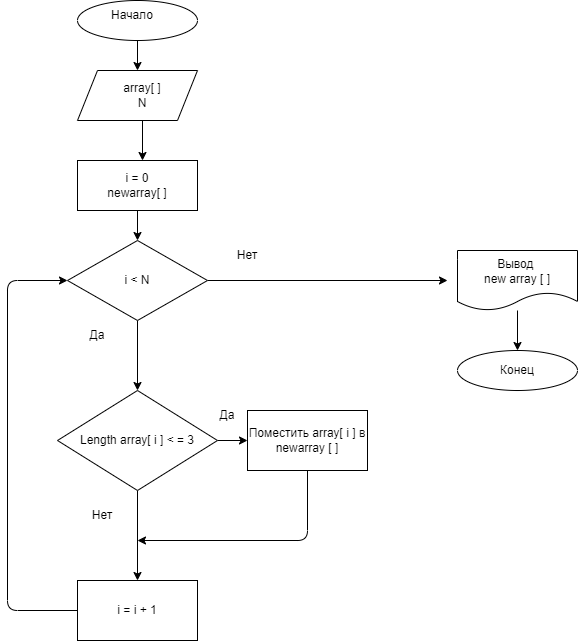
PapylevMN/PracticeTask keeps this draw.io diagram as Scheme.drawio.png. Above is the earlier version. Source tidied: cells renumbered, new cells last; positions are measured from the earlier drawing's top-left corner, leaving out a move shared by most shapes.
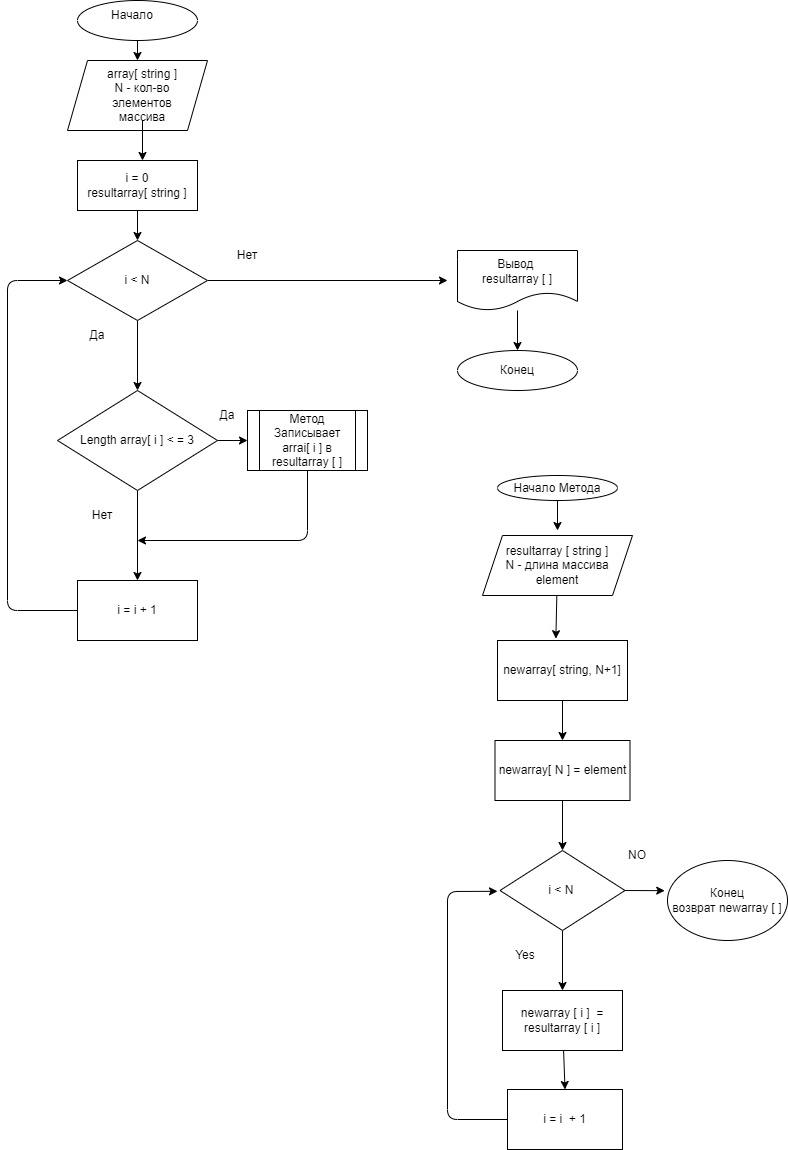
After the commit.

Diff of the diagram source:
```diff
@@ -9,7 +9,7 @@
       <mxGeometry x="90" width="70" height="30" as="geometry" />
     </mxCell>
     <mxCell id="4" style="shape=parallelogram;perimeter=parallelogramPerimeter;whiteSpace=wrap;html=1;fixedSize=1;" parent="1" vertex="1">
-      <mxGeometry x="70" y="70" width="120" height="50" as="geometry" />
+      <mxGeometry x="60" y="60" width="140" height="70" as="geometry" />
     </mxCell>
     <mxCell id="5" style="endArrow=classic;html=1;exitX=0.5;exitY=1;exitDx=0;exitDy=0;" parent="1" edge="1" source="2" target="4">
       <mxGeometry relative="1" as="geometry" />
@@ -19,7 +19,7 @@
         <mxPoint x="135" y="160" as="targetPoint" />
       </mxGeometry>
     </mxCell>
-    <mxCell id="7" value="array[ ]&lt;br&gt;N" style="text;html=1;strokeColor=none;fillColor=none;align=center;verticalAlign=middle;whiteSpace=wrap;rounded=0;" parent="1" vertex="1">
+    <mxCell id="7" value="array[ string ]&lt;br&gt;N - кол-во элементов массива" style="text;html=1;strokeColor=none;fillColor=none;align=center;verticalAlign=middle;whiteSpace=wrap;rounded=0;" parent="1" vertex="1">
       <mxGeometry x="90" y="70" width="90" height="50" as="geometry" />
     </mxCell>
     <mxCell id="8" style="rounded=0;whiteSpace=wrap;html=1;" parent="1" vertex="1">
@@ -28,7 +28,7 @@
     <mxCell id="9" style="edgeStyle=none;html=1;exitX=0.5;exitY=1;exitDx=0;exitDy=0;entryX=0.5;entryY=0;entryDx=0;entryDy=0;" parent="1" edge="1" source="10" target="13">
       <mxGeometry relative="1" as="geometry" />
     </mxCell>
-    <mxCell id="10" value="i = 0&lt;br&gt;newarray[ ]" style="text;html=1;strokeColor=none;fillColor=none;align=center;verticalAlign=middle;whiteSpace=wrap;rounded=0;" parent="1" vertex="1">
+    <mxCell id="10" value="i = 0&lt;br&gt;resultarray[ string ]" style="text;html=1;strokeColor=none;fillColor=none;align=center;verticalAlign=middle;whiteSpace=wrap;rounded=0;" parent="1" vertex="1">
       <mxGeometry x="70" y="160" width="120" height="50" as="geometry" />
     </mxCell>
     <mxCell id="11" style="edgeStyle=none;html=1;exitX=0.5;exitY=1;exitDx=0;exitDy=0;entryX=0.5;entryY=0;entryDx=0;entryDy=0;" parent="1" edge="1" source="13" target="16">
@@ -68,7 +68,7 @@
     <mxCell id="20" style="edgeStyle=none;html=1;entryX=0.5;entryY=0;entryDx=0;entryDy=0;" parent="1" edge="1" source="21" target="23">
       <mxGeometry relative="1" as="geometry" />
     </mxCell>
-    <mxCell id="21" value="Вывод&amp;nbsp;&lt;br&gt;new array [ ]" style="shape=document;whiteSpace=wrap;html=1;boundedLbl=1;" parent="1" vertex="1">
+    <mxCell id="21" value="Вывод&amp;nbsp;&lt;br&gt;resultarray [ ]" style="shape=document;whiteSpace=wrap;html=1;boundedLbl=1;" parent="1" vertex="1">
       <mxGeometry x="450" y="250" width="120" height="60" as="geometry" />
     </mxCell>
     <mxCell id="22" value="Нет" style="text;html=1;strokeColor=none;fillColor=none;align=center;verticalAlign=middle;whiteSpace=wrap;rounded=0;" parent="1" vertex="1">
@@ -94,5 +94,70 @@
     <mxCell id="27" value="Да" style="text;html=1;strokeColor=none;fillColor=none;align=center;verticalAlign=middle;whiteSpace=wrap;rounded=0;" parent="1" vertex="1">
       <mxGeometry x="190" y="400" width="60" height="30" as="geometry" />
     </mxCell>
+    <mxCell id="28" value="Метод&lt;br&gt;Записывает arrai[ i ] в resultarray [ ]" style="shape=process;whiteSpace=wrap;html=1;backgroundOutline=1;" parent="1" vertex="1">
+      <mxGeometry x="240" y="410" width="120" height="60" as="geometry" />
+    </mxCell>
+    <mxCell id="29" style="edgeStyle=none;html=1;" parent="1" edge="1" source="30">
+      <mxGeometry relative="1" as="geometry">
+        <mxPoint x="550" y="530" as="targetPoint" />
+      </mxGeometry>
+    </mxCell>
+    <mxCell id="30" value="Начало Метода" style="ellipse;whiteSpace=wrap;html=1;" parent="1" vertex="1">
+      <mxGeometry x="490" y="475" width="120" height="25" as="geometry" />
+    </mxCell>
+    <mxCell id="31" style="edgeStyle=none;html=1;entryX=0.449;entryY=-0.03;entryDx=0;entryDy=0;entryPerimeter=0;" parent="1" edge="1" source="32" target="34">
+      <mxGeometry relative="1" as="geometry" />
+    </mxCell>
+    <mxCell id="32" value="resultarray [ string ]&lt;br&gt;N - длина массива&lt;br&gt;element" style="shape=parallelogram;perimeter=parallelogramPerimeter;whiteSpace=wrap;html=1;fixedSize=1;" parent="1" vertex="1">
+      <mxGeometry x="475" y="535" width="150" height="60" as="geometry" />
+    </mxCell>
+    <mxCell id="33" style="edgeStyle=none;html=1;exitX=0.5;exitY=1;exitDx=0;exitDy=0;entryX=0.5;entryY=0;entryDx=0;entryDy=0;" parent="1" edge="1" source="34" target="36">
+      <mxGeometry relative="1" as="geometry" />
+    </mxCell>
+    <mxCell id="34" value="newarray[ string, N+1]" style="rounded=0;whiteSpace=wrap;html=1;" parent="1" vertex="1">
+      <mxGeometry x="490" y="640" width="130" height="60" as="geometry" />
+    </mxCell>
+    <mxCell id="35" style="edgeStyle=none;html=1;entryX=0.5;entryY=0;entryDx=0;entryDy=0;" parent="1" edge="1" source="36" target="39">
+      <mxGeometry relative="1" as="geometry" />
+    </mxCell>
+    <mxCell id="36" value="newarray[ N ] = element" style="rounded=0;whiteSpace=wrap;html=1;" parent="1" vertex="1">
+      <mxGeometry x="487.5" y="740" width="135" height="60" as="geometry" />
+    </mxCell>
+    <mxCell id="37" style="edgeStyle=none;html=1;entryX=0.5;entryY=0;entryDx=0;entryDy=0;" parent="1" edge="1" source="39" target="41">
+      <mxGeometry relative="1" as="geometry" />
+    </mxCell>
+    <mxCell id="38" style="edgeStyle=none;html=1;exitX=1;exitY=0.5;exitDx=0;exitDy=0;entryX=-0.023;entryY=0.377;entryDx=0;entryDy=0;entryPerimeter=0;" parent="1" edge="1" source="39" target="45">
+      <mxGeometry relative="1" as="geometry" />
+    </mxCell>
+    <mxCell id="39" value="i &amp;lt; N&amp;nbsp;" style="rhombus;whiteSpace=wrap;html=1;" parent="1" vertex="1">
+      <mxGeometry x="492.5" y="850" width="125" height="80" as="geometry" />
+    </mxCell>
+    <mxCell id="40" style="edgeStyle=none;html=1;entryX=0.5;entryY=0;entryDx=0;entryDy=0;" parent="1" edge="1" source="41" target="43">
+      <mxGeometry relative="1" as="geometry" />
+    </mxCell>
+    <mxCell id="41" value="newarray [ i ]&amp;nbsp; = resultarray [ i ]" style="rounded=0;whiteSpace=wrap;html=1;" parent="1" vertex="1">
+      <mxGeometry x="495" y="990" width="120" height="60" as="geometry" />
+    </mxCell>
+    <mxCell id="42" style="edgeStyle=none;html=1;" parent="1" edge="1" source="43">
+      <mxGeometry relative="1" as="geometry">
+        <mxPoint x="490" y="890.8" as="targetPoint" />
+        <Array as="points">
+          <mxPoint x="440" y="1119" />
+          <mxPoint x="440" y="891" />
+        </Array>
+      </mxGeometry>
+    </mxCell>
+    <mxCell id="43" value="i = i&amp;nbsp; + 1" style="rounded=0;whiteSpace=wrap;html=1;" parent="1" vertex="1">
+      <mxGeometry x="500" y="1089" width="115" height="60" as="geometry" />
+    </mxCell>
+    <mxCell id="44" value="Yes" style="text;html=1;strokeColor=none;fillColor=none;align=center;verticalAlign=middle;whiteSpace=wrap;rounded=0;" parent="1" vertex="1">
+      <mxGeometry x="488" y="940" width="60" height="30" as="geometry" />
+    </mxCell>
+    <mxCell id="45" value="Конец&lt;br&gt;возврат newarray [ ]" style="ellipse;whiteSpace=wrap;html=1;" parent="1" vertex="1">
+      <mxGeometry x="660" y="860" width="120" height="80" as="geometry" />
+    </mxCell>
+    <mxCell id="46" value="NO" style="text;html=1;strokeColor=none;fillColor=none;align=center;verticalAlign=middle;whiteSpace=wrap;rounded=0;" parent="1" vertex="1">
+      <mxGeometry x="600" y="840" width="60" height="30" as="geometry" />
+    </mxCell>
   </root>
 </mxGraphModel>
```
